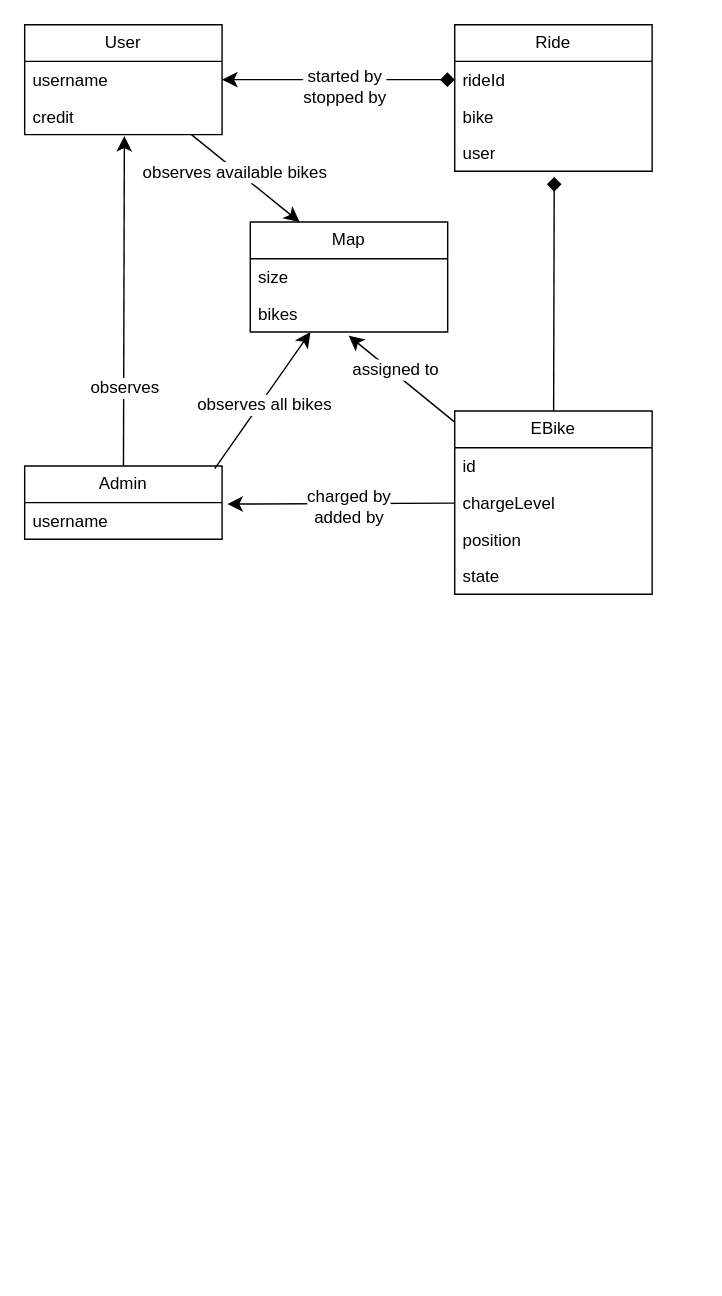
Earlier version of the draw.io diagram doc/Domain_Model.drawio (stormtroober/microservices-ebikes). Source tidied: cells renumbered, new cells numbered last; positions are measured from the earlier drawing's top-left corner, leaving out a move shared by most shapes. Both pictures are drawn from the tidied source at 141%, with x=0, y=0 at pixel (24, 24).
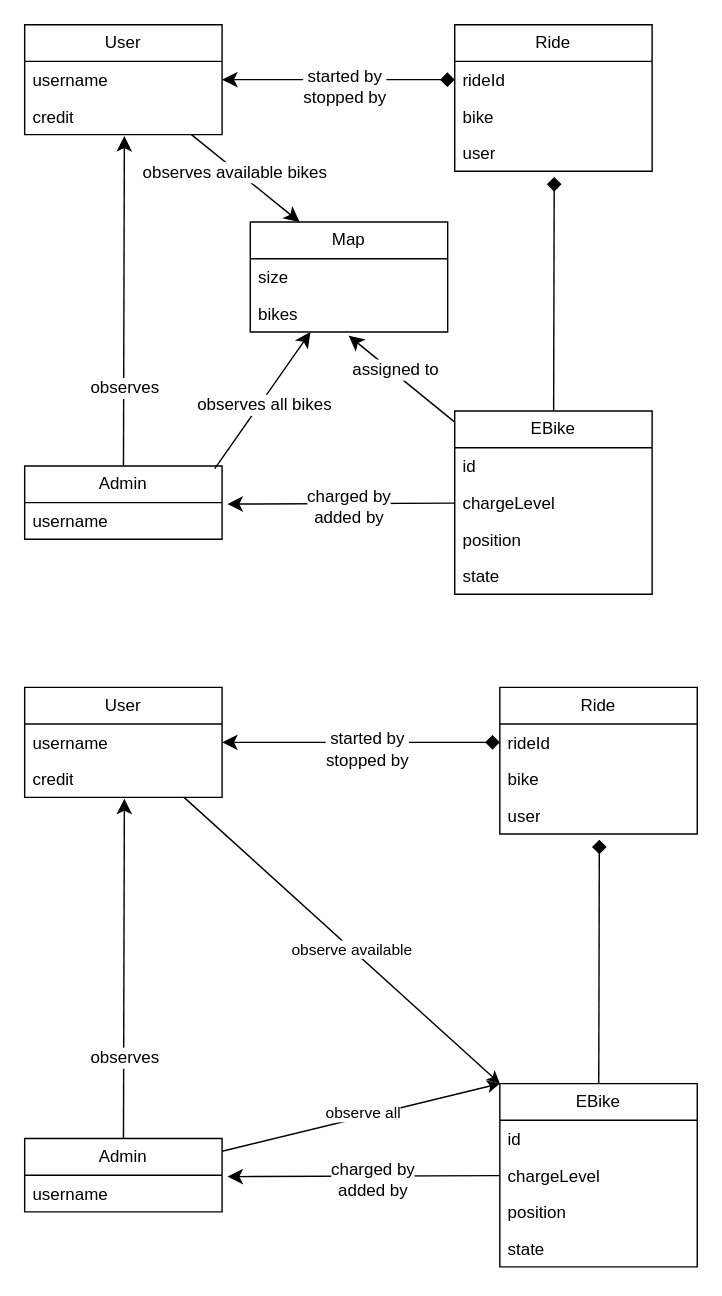
After the change.

Diff of the diagram source:
```diff
@@
+    <mxCell id="32" style="edgeStyle=none;curved=1;rounded=0;jettySize=auto;html=1;entryX=0;entryY=0.5;entryDx=0;entryDy=0;fontSize=12;startSize=8;endSize=8;endArrow=diamond;endFill=1;startArrow=classic;startFill=1;" parent="1" edge="1" source="36" target="49">
+      <mxGeometry relative="1" as="geometry" />
+    </mxCell>
+    <mxCell id="33" value="started by&lt;div&gt;stopped by&lt;/div&gt;" style="edgeLabel;html=1;align=center;verticalAlign=middle;fontSize=12;" parent="32" vertex="1">
+      <mxGeometry x="0.04" y="-4" relative="1" as="geometry" />
+    </mxCell>
+    <mxCell id="34" style="rounded=0;jettySize=auto;html=1;entryX=0;entryY=0;entryDx=0;entryDy=0;" parent="1" edge="1" source="36" target="43">
+      <mxGeometry relative="1" as="geometry" />
+    </mxCell>
+    <mxCell id="35" value="observe available" style="edgeLabel;html=1;align=center;verticalAlign=middle;" parent="34" vertex="1">
+      <mxGeometry x="0.06" relative="1" as="geometry" />
+    </mxCell>
+    <mxCell id="36" value="User" style="swimlane;fontStyle=0;horizontal=1;startSize=26;fillColor=none;whiteSpace=wrap;html=1;" parent="1" vertex="1">
+      <mxGeometry y="470" width="140" height="78" as="geometry" />
+    </mxCell>
+    <mxCell id="37" value="username" style="text;strokeColor=none;fillColor=none;align=left;verticalAlign=top;spacingLeft=4;spacingRight=4;overflow=hidden;whiteSpace=wrap;html=1;" parent="36" vertex="1">
+      <mxGeometry y="26" width="140" height="26" as="geometry" />
+    </mxCell>
+    <mxCell id="38" value="credit" style="text;strokeColor=none;fillColor=none;align=left;verticalAlign=top;spacingLeft=4;spacingRight=4;overflow=hidden;points=[[0,0.5],[1,0.5]];portConstraint=eastwest;whiteSpace=wrap;html=1;" parent="36" vertex="1">
+      <mxGeometry y="52" width="140" height="26" as="geometry" />
+    </mxCell>
+    <mxCell id="39" style="rounded=0;jettySize=auto;html=1;entryX=0;entryY=0;entryDx=0;entryDy=0;" parent="1" edge="1" source="41" target="43">
+      <mxGeometry relative="1" as="geometry" />
+    </mxCell>
+    <mxCell id="40" value="observe all" style="edgeLabel;html=1;align=center;verticalAlign=middle;" parent="39" vertex="1">
+      <mxGeometry x="0.02" y="4" relative="1" as="geometry">
+        <mxPoint y="1" as="offset" />
+      </mxGeometry>
+    </mxCell>
+    <mxCell id="41" value="Admin" style="swimlane;fontStyle=0;horizontal=1;startSize=26;fillColor=none;whiteSpace=wrap;html=1;" parent="1" vertex="1">
+      <mxGeometry y="790" width="140" height="52" as="geometry" />
+    </mxCell>
+    <mxCell id="42" value="username" style="text;strokeColor=none;fillColor=none;align=left;verticalAlign=top;spacingLeft=4;spacingRight=4;overflow=hidden;points=[[0,0.5],[1,0.5]];portConstraint=eastwest;whiteSpace=wrap;html=1;" parent="41" vertex="1">
+      <mxGeometry y="26" width="140" height="26" as="geometry" />
+    </mxCell>
+    <mxCell id="43" value="EBike" style="swimlane;fontStyle=0;horizontal=1;startSize=26;fillColor=none;whiteSpace=wrap;html=1;" parent="1" vertex="1">
+      <mxGeometry x="337" y="751" width="140" height="130" as="geometry" />
+    </mxCell>
+    <mxCell id="44" value="id" style="text;strokeColor=none;fillColor=none;align=left;verticalAlign=top;spacingLeft=4;spacingRight=4;overflow=hidden;whiteSpace=wrap;html=1;" parent="43" vertex="1">
+      <mxGeometry y="26" width="140" height="26" as="geometry" />
+    </mxCell>
+    <mxCell id="45" value="chargeLevel" style="text;strokeColor=none;fillColor=none;align=left;verticalAlign=top;spacingLeft=4;spacingRight=4;overflow=hidden;points=[[0,0.5],[1,0.5]];portConstraint=eastwest;whiteSpace=wrap;html=1;" parent="43" vertex="1">
+      <mxGeometry y="52" width="140" height="26" as="geometry" />
+    </mxCell>
+    <mxCell id="46" value="position" style="text;strokeColor=none;fillColor=none;align=left;verticalAlign=top;spacingLeft=4;spacingRight=4;overflow=hidden;whiteSpace=wrap;html=1;" parent="43" vertex="1">
+      <mxGeometry y="78" width="140" height="26" as="geometry" />
+    </mxCell>
+    <mxCell id="47" value="state" style="text;strokeColor=none;fillColor=none;align=left;verticalAlign=top;spacingLeft=4;spacingRight=4;overflow=hidden;whiteSpace=wrap;html=1;" parent="43" vertex="1">
+      <mxGeometry y="104" width="140" height="26" as="geometry" />
+    </mxCell>
+    <mxCell id="48" value="Ride" style="swimlane;fontStyle=0;horizontal=1;startSize=26;fillColor=none;whiteSpace=wrap;html=1;" parent="1" vertex="1">
+      <mxGeometry x="337" y="470" width="140" height="104" as="geometry" />
+    </mxCell>
+    <mxCell id="49" value="&lt;div&gt;rideId&lt;/div&gt;" style="text;strokeColor=none;fillColor=none;align=left;verticalAlign=top;spacingLeft=4;spacingRight=4;overflow=hidden;points=[[0,0.5],[1,0.5]];portConstraint=eastwest;whiteSpace=wrap;html=1;" parent="48" vertex="1">
+      <mxGeometry y="26" width="140" height="26" as="geometry" />
+    </mxCell>
+    <mxCell id="50" value="bike" style="text;strokeColor=none;fillColor=none;align=left;verticalAlign=top;spacingLeft=4;spacingRight=4;overflow=hidden;whiteSpace=wrap;html=1;" parent="48" vertex="1">
+      <mxGeometry y="52" width="140" height="26" as="geometry" />
+    </mxCell>
+    <mxCell id="51" value="user&lt;div&gt;&lt;br&gt;&lt;/div&gt;" style="text;strokeColor=none;fillColor=none;align=left;verticalAlign=top;spacingLeft=4;spacingRight=4;overflow=hidden;points=[[0,0.5],[1,0.5]];portConstraint=eastwest;whiteSpace=wrap;html=1;" parent="48" vertex="1">
+      <mxGeometry y="78" width="140" height="26" as="geometry" />
+    </mxCell>
+    <mxCell id="52" style="edgeStyle=none;curved=1;rounded=0;jettySize=auto;html=1;entryX=0.504;entryY=1.154;entryDx=0;entryDy=0;entryPerimeter=0;fontSize=12;startSize=8;endSize=8;endArrow=diamond;endFill=1;startArrow=none;startFill=0;" parent="1" edge="1" source="43" target="51">
+      <mxGeometry relative="1" as="geometry" />
+    </mxCell>
+    <mxCell id="53" style="edgeStyle=none;curved=1;rounded=0;jettySize=auto;html=1;entryX=1.027;entryY=0.038;entryDx=0;entryDy=0;entryPerimeter=0;fontSize=12;startSize=8;endSize=8;" parent="1" edge="1" source="45" target="42">
+      <mxGeometry relative="1" as="geometry" />
+    </mxCell>
+    <mxCell id="54" value="charged by&lt;div&gt;added by&lt;/div&gt;" style="edgeLabel;html=1;align=center;verticalAlign=middle;fontSize=12;" parent="53" vertex="1">
+      <mxGeometry x="-0.06" y="2" relative="1" as="geometry" />
+    </mxCell>
+    <mxCell id="55" style="edgeStyle=none;curved=1;rounded=0;jettySize=auto;html=1;entryX=0.505;entryY=1.038;entryDx=0;entryDy=0;entryPerimeter=0;fontSize=12;startSize=8;endSize=8;" parent="1" edge="1" source="41" target="38">
+      <mxGeometry relative="1" as="geometry" />
+    </mxCell>
+    <mxCell id="56" value="observes" style="edgeLabel;html=1;align=center;verticalAlign=middle;fontSize=12;" parent="55" vertex="1">
+      <mxGeometry x="-0.52" relative="1" as="geometry" />
+    </mxCell>
```
